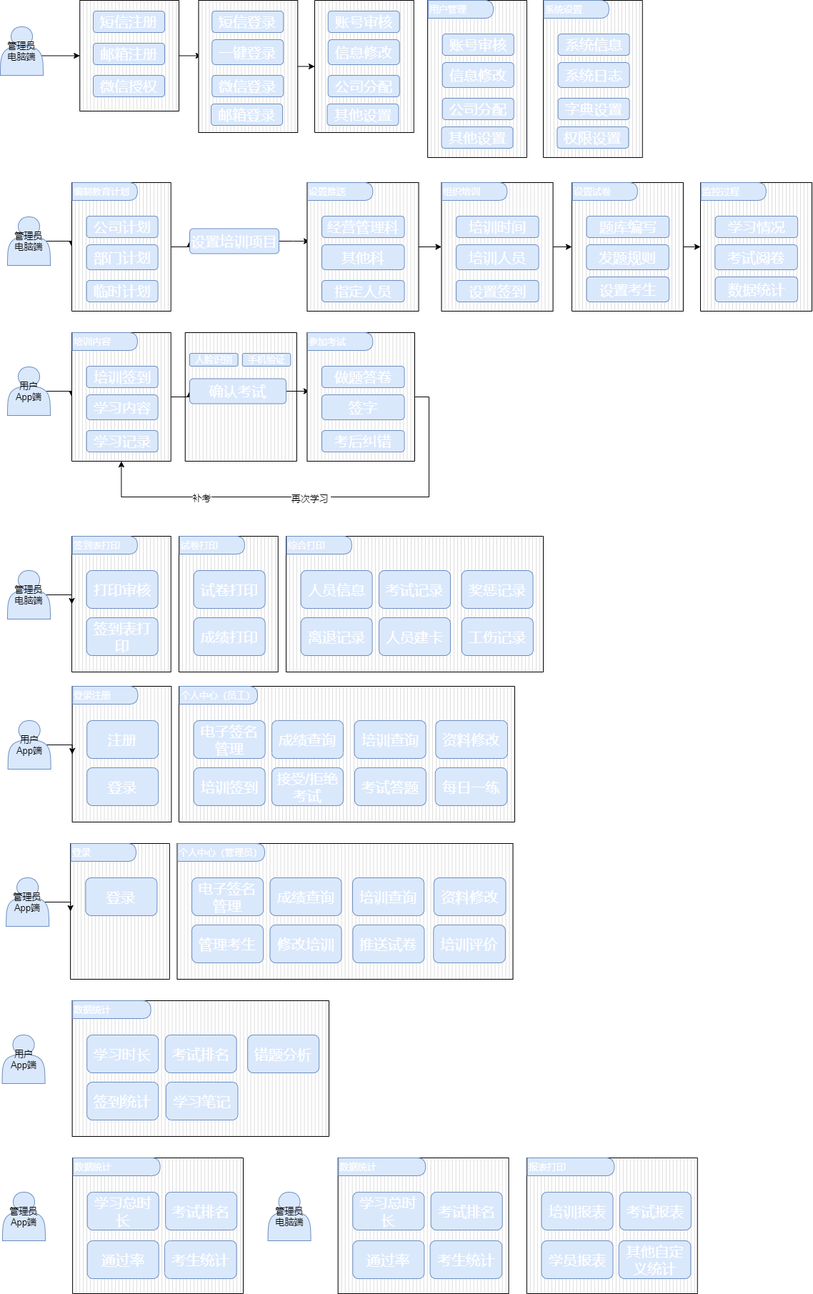
Above: Untitled Diagram.drawio.png in lenonjone/Toolkits (draw.io), before the change. Source tidied: cells renumbered, new cells last; positions are measured from the earlier drawing's top-left corner, leaving out a move shared by most shapes.
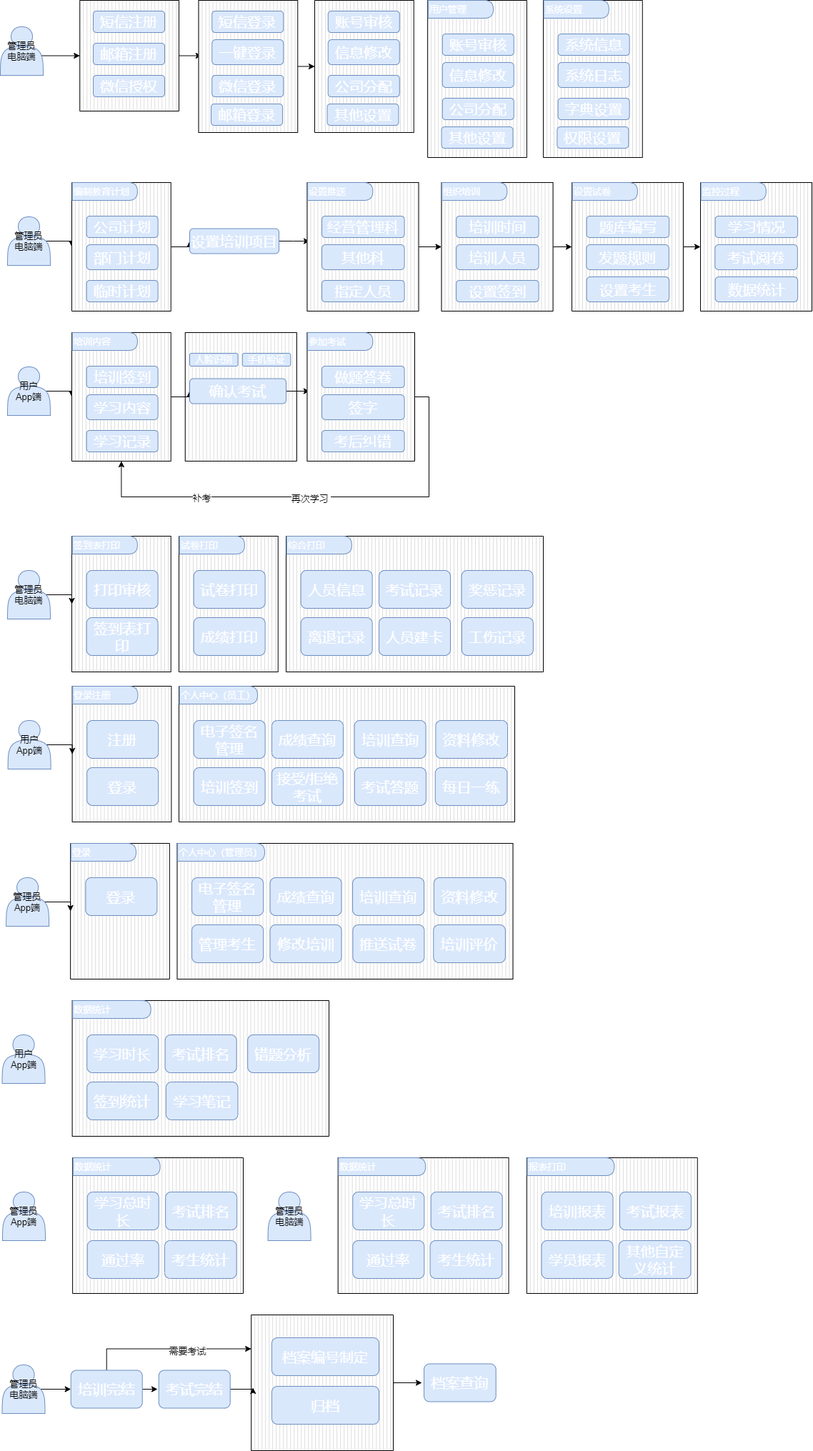
The same file after the commit.

The edit, as a diff of the source:
```diff
@@ -2,6 +2,14 @@
   <root>
     <mxCell id="0" />
     <mxCell id="1" parent="0" />
+    <mxCell id="163" style="edgeStyle=orthogonalEdgeStyle;rounded=0;jettySize=auto;html=1;exitX=1;exitY=0.5;exitDx=0;exitDy=0;exitPerimeter=0;fontSize=13;fontColor=#000000;" parent="1" edge="1" source="164">
+      <mxGeometry relative="1" as="geometry">
+        <mxPoint x="590" y="1935" as="targetPoint" />
+      </mxGeometry>
+    </mxCell>
+    <mxCell id="164" style="verticalLabelPosition=bottom;verticalAlign=top;html=1;shape=mxgraph.basic.patternFillRect;fillStyle=vert;step=5;fillStrokeWidth=0.2;fillStrokeColor=#dddddd;fontSize=13;fontColor=#FFFFFF;" parent="1" vertex="1">
+      <mxGeometry x="351.2" y="1840" width="198.8" height="190" as="geometry" />
+    </mxCell>
     <mxCell id="2" style="verticalLabelPosition=bottom;verticalAlign=top;html=1;shape=mxgraph.basic.patternFillRect;fillStyle=vert;step=5;fillStrokeWidth=0.2;fillStrokeColor=#dddddd;fontSize=13;fontColor=#FFFFFF;" parent="1" vertex="1">
       <mxGeometry x="100" y="750" width="138.8" height="190" as="geometry" />
     </mxCell>
@@ -493,5 +501,40 @@
     <mxCell id="162" value="其他自定义统计" style="rounded=1;whiteSpace=wrap;html=1;fillColor=#dae8fc;strokeColor=#6c8ebf;fontColor=#FFFFFF;fontStyle=0;fontSize=20;" parent="1" vertex="1">
       <mxGeometry x="865.8" y="1736" width="100.6" height="53" as="geometry" />
     </mxCell>
+    <mxCell id="165" style="edgeStyle=orthogonalEdgeStyle;rounded=0;jettySize=auto;html=1;exitX=0.9;exitY=0.5;exitDx=0;exitDy=0;exitPerimeter=0;entryX=0;entryY=0.5;entryDx=0;entryDy=0;fontSize=13;fontColor=#000000;" parent="1" edge="1" source="166" target="170">
+      <mxGeometry relative="1" as="geometry" />
+    </mxCell>
+    <mxCell id="166" value="管理员&lt;br&gt;电脑端" style="shape=actor;whiteSpace=wrap;html=1;fontSize=13;fillColor=#dae8fc;strokeColor=#6c8ebf;" parent="1" vertex="1">
+      <mxGeometry x="2.5" y="1910" width="60" height="68" as="geometry" />
+    </mxCell>
+    <mxCell id="167" style="edgeStyle=orthogonalEdgeStyle;rounded=0;jettySize=auto;html=1;exitX=1;exitY=0.5;exitDx=0;exitDy=0;fontSize=13;fontColor=#000000;" parent="1" edge="1" source="170">
+      <mxGeometry relative="1" as="geometry">
+        <mxPoint x="220" y="1944" as="targetPoint" />
+      </mxGeometry>
+    </mxCell>
+    <mxCell id="168" style="edgeStyle=orthogonalEdgeStyle;rounded=0;jettySize=auto;html=1;exitX=0.5;exitY=0;exitDx=0;exitDy=0;entryX=0;entryY=0.25;entryDx=0;entryDy=0;entryPerimeter=0;fontSize=13;fontColor=#000000;" parent="1" edge="1" source="170" target="164">
+      <mxGeometry relative="1" as="geometry" />
+    </mxCell>
+    <mxCell id="169" value="需要考试" style="edgeLabel;html=1;align=center;verticalAlign=middle;fontSize=13;fontColor=#000000;" parent="168" vertex="1">
+      <mxGeometry x="0.23" y="-3" relative="1" as="geometry" />
+    </mxCell>
+    <mxCell id="170" value="培训完结" style="rounded=1;whiteSpace=wrap;html=1;fillColor=#dae8fc;strokeColor=#6c8ebf;fontColor=#FFFFFF;fontStyle=0;fontSize=20;" parent="1" vertex="1">
+      <mxGeometry x="98.7" y="1917.5" width="100" height="53" as="geometry" />
+    </mxCell>
+    <mxCell id="171" style="edgeStyle=orthogonalEdgeStyle;rounded=0;jettySize=auto;html=1;exitX=1;exitY=0.5;exitDx=0;exitDy=0;entryX=0.012;entryY=0.537;entryDx=0;entryDy=0;entryPerimeter=0;fontSize=13;fontColor=#000000;" parent="1" edge="1" source="172" target="164">
+      <mxGeometry relative="1" as="geometry" />
+    </mxCell>
+    <mxCell id="172" value="考试完结" style="rounded=1;whiteSpace=wrap;html=1;fillColor=#dae8fc;strokeColor=#6c8ebf;fontColor=#FFFFFF;fontStyle=0;fontSize=20;" parent="1" vertex="1">
+      <mxGeometry x="221.7" y="1917.5" width="100" height="53" as="geometry" />
+    </mxCell>
+    <mxCell id="173" value="档案编号制定" style="rounded=1;whiteSpace=wrap;html=1;fillColor=#dae8fc;strokeColor=#6c8ebf;fontColor=#FFFFFF;fontStyle=0;fontSize=20;" parent="1" vertex="1">
+      <mxGeometry x="380" y="1872" width="150" height="53" as="geometry" />
+    </mxCell>
+    <mxCell id="174" value="归档" style="rounded=1;whiteSpace=wrap;html=1;fillColor=#dae8fc;strokeColor=#6c8ebf;fontColor=#FFFFFF;fontStyle=0;fontSize=20;" parent="1" vertex="1">
+      <mxGeometry x="380" y="1940" width="150" height="53" as="geometry" />
+    </mxCell>
+    <mxCell id="175" value="档案查询" style="rounded=1;whiteSpace=wrap;html=1;fillColor=#dae8fc;strokeColor=#6c8ebf;fontColor=#FFFFFF;fontStyle=0;fontSize=20;" parent="1" vertex="1">
+      <mxGeometry x="593.1" y="1908.5" width="100.6" height="53" as="geometry" />
+    </mxCell>
   </root>
 </mxGraphModel>
```
